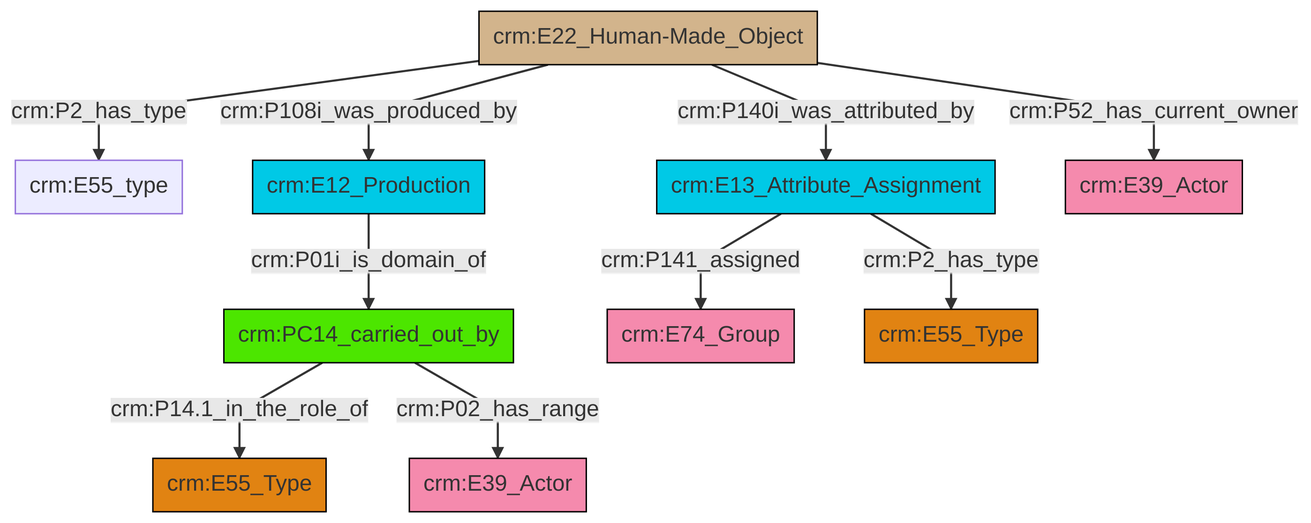
swiss-art-research-net/docs.swissartresearch keeps this Mermaid diagram as et/builtWorkCSV/ttl/mmd/png/Built_Work_actor_relations.png. Above is the earlier version. Its source is kept beside it as et/builtWorkCSV/ttl/mmd/Built_Work_actor_relations.ttl.mmd.
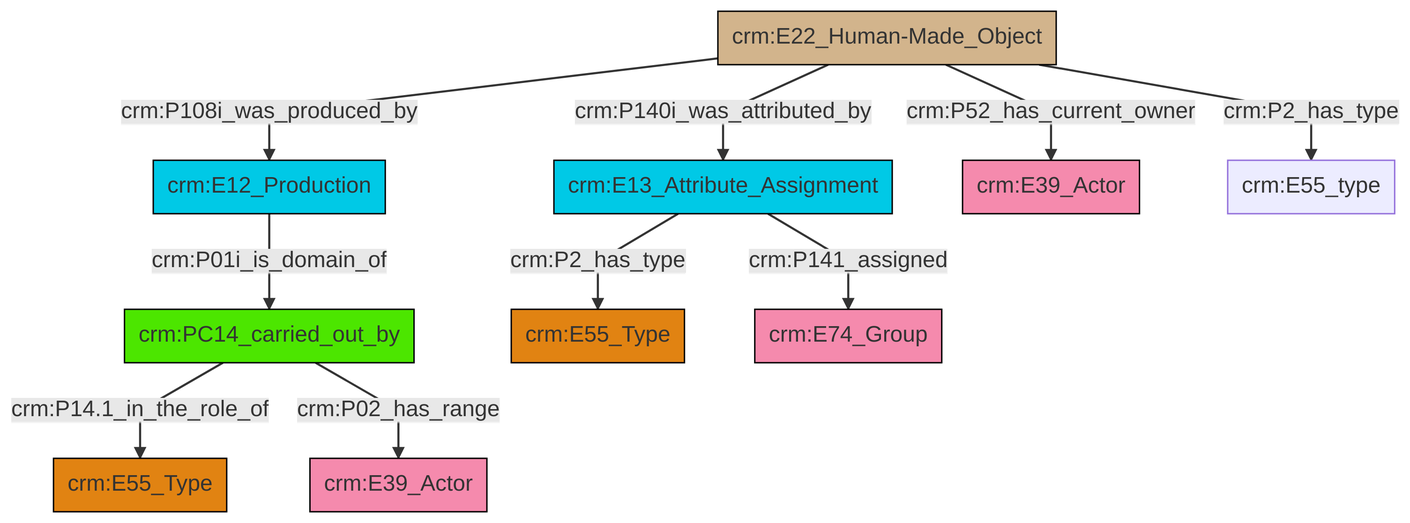
Later version of the same file.

Diff of the diagram source:
```diff
@@ -13,12 +13,12 @@
 classDef PC_Classes fill:#4ce600, stroke:#000000;
 classDef Multi fill:#cccccc,stroke:#000000;
 
-4["crm:E22_Human-Made_Object"]:::Physical_Thing -->|crm:P2_has_type| 5["crm:E55_type"]:::Default
-6["crm:E13_Attribute_Assignment"]:::Temporal_Entity -->|crm:P141_assigned| 0["crm:E74_Group"]:::Actor
-7["crm:E12_Production"]:::Temporal_Entity -->|crm:P01i_is_domain_of| 8["crm:PC14_carried_out_by"]:::PC_Classes
-4["crm:E22_Human-Made_Object"]:::Physical_Thing -->|crm:P108i_was_produced_by| 7["crm:E12_Production"]:::Temporal_Entity
-8["crm:PC14_carried_out_by"]:::PC_Classes -->|crm:P14.1_in_the_role_of| 15["crm:E55_Type"]:::Type
-6["crm:E13_Attribute_Assignment"]:::Temporal_Entity -->|crm:P2_has_type| 13["crm:E55_Type"]:::Type
-4["crm:E22_Human-Made_Object"]:::Physical_Thing -->|crm:P140i_was_attributed_by| 6["crm:E13_Attribute_Assignment"]:::Temporal_Entity
-8["crm:PC14_carried_out_by"]:::PC_Classes -->|crm:P02_has_range| 11["crm:E39_Actor"]:::Actor
-4["crm:E22_Human-Made_Object"]:::Physical_Thing -->|crm:P52_has_current_owner| 2["crm:E39_Actor"]:::Actor
+0["crm:E22_Human-Made_Object"]:::Physical_Thing -->|crm:P140i_was_attributed_by| 1["crm:E13_Attribute_Assignment"]:::Temporal_Entity
+3["crm:PC14_carried_out_by"]:::PC_Classes -->|crm:P14.1_in_the_role_of| 4["crm:E55_Type"]:::Type
+1["crm:E13_Attribute_Assignment"]:::Temporal_Entity -->|crm:P141_assigned| 8["crm:E74_Group"]:::Actor
+0["crm:E22_Human-Made_Object"]:::Physical_Thing -->|crm:P108i_was_produced_by| 9["crm:E12_Production"]:::Temporal_Entity
+0["crm:E22_Human-Made_Object"]:::Physical_Thing -->|crm:P52_has_current_owner| 14["crm:E39_Actor"]:::Actor
+1["crm:E13_Attribute_Assignment"]:::Temporal_Entity -->|crm:P2_has_type| 5["crm:E55_Type"]:::Type
+0["crm:E22_Human-Made_Object"]:::Physical_Thing -->|crm:P2_has_type| 15["crm:E55_type"]:::Default
+3["crm:PC14_carried_out_by"]:::PC_Classes -->|crm:P02_has_range| 12["crm:E39_Actor"]:::Actor
+9["crm:E12_Production"]:::Temporal_Entity -->|crm:P01i_is_domain_of| 3["crm:PC14_carried_out_by"]:::PC_Classes
```
